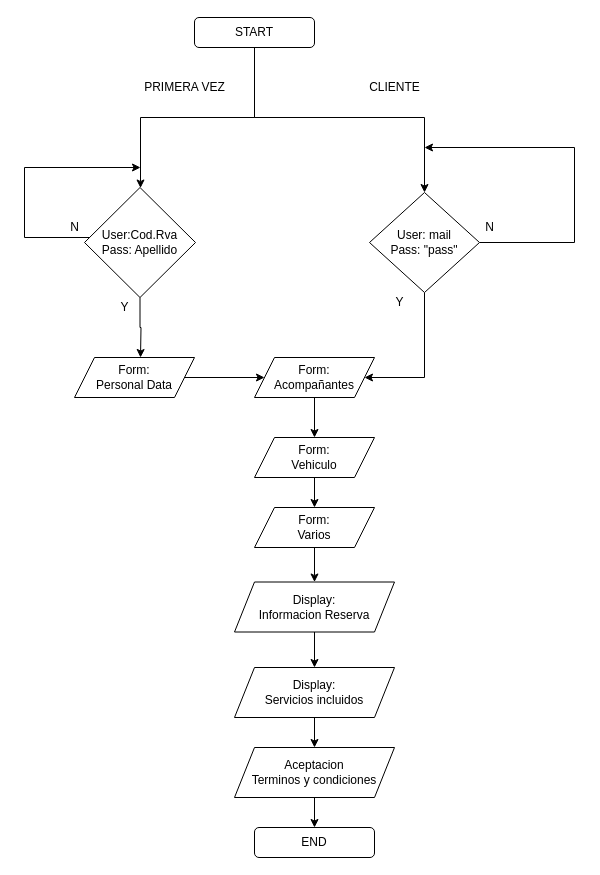
Earlier version of the draw.io diagram web-checkin/Algorithm - Front End.drawio (danielo101/db-diagrams). Source tidied: cells renumbered, new cells numbered last; positions are measured from the earlier drawing's top-left corner, leaving out a move shared by most shapes. Both pictures are drawn from the tidied source at 100%, with x=0, y=0 at pixel (24, 17).
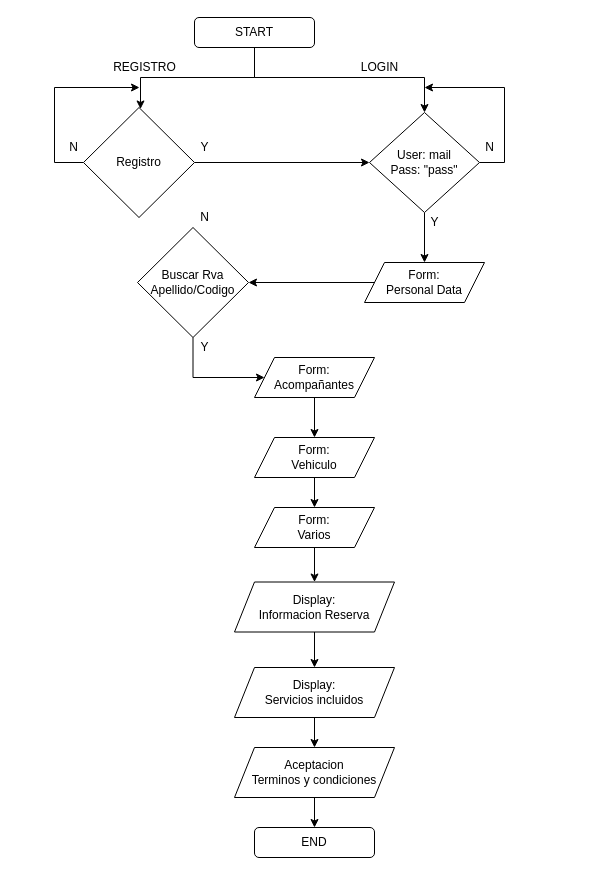
The same page after the edit.

The change refers to these unchanged cells:
```xml
<mxCell id="7" value="START" style="rounded=1;whiteSpace=wrap;html=1;" parent="1" vertex="1">
  <mxGeometry x="170" width="120" height="30" as="geometry" />
</mxCell>
<mxCell id="20" value="&lt;div&gt;Form:&lt;/div&gt;&lt;div&gt;Acompañantes&lt;br&gt;&lt;/div&gt;" style="shape=parallelogram;perimeter=parallelogramPerimeter;whiteSpace=wrap;html=1;fixedSize=1;" parent="1" vertex="1">
  <mxGeometry x="230" y="340" width="120" height="40" as="geometry" />
</mxCell>
```

Change to the diagram source:
```diff
@@
-    <mxCell id="2" style="edgeStyle=orthogonalEdgeStyle;rounded=0;jettySize=auto;html=1;" parent="1" edge="1" source="4">
-      <mxGeometry relative="1" as="geometry">
-        <mxPoint x="116" y="150" as="targetPoint" />
-        <Array as="points">
-          <mxPoint y="220" />
-          <mxPoint y="150" />
-        </Array>
-      </mxGeometry>
-    </mxCell>
-    <mxCell id="3" style="edgeStyle=orthogonalEdgeStyle;rounded=0;jettySize=auto;html=1;exitX=0.5;exitY=1;exitDx=0;exitDy=0;" parent="1" edge="1" source="4">
-      <mxGeometry relative="1" as="geometry">
-        <mxPoint x="116" y="340" as="targetPoint" />
-      </mxGeometry>
-    </mxCell>
+    <mxCell id="32" style="edgeStyle=orthogonalEdgeStyle;rounded=0;jettySize=auto;html=1;entryX=0;entryY=0.5;entryDx=0;entryDy=0;exitX=0.5;exitY=1;exitDx=0;exitDy=0;" parent="1" edge="1" source="4" target="20">
+      <mxGeometry relative="1" as="geometry">
+        <Array as="points">
+          <mxPoint x="169" y="360" />
+        </Array>
+      </mxGeometry>
+    </mxCell>
-    <mxCell id="4" value="&lt;div&gt;User:Cod.Rva&lt;/div&gt;&lt;div&gt;Pass: Apellido&lt;br&gt;&lt;/div&gt;" style="rhombus;whiteSpace=wrap;html=1;" parent="1" vertex="1">
-      <mxGeometry x="60" y="170" width="111" height="110" as="geometry" />
+    <mxCell id="4" value="&lt;div&gt;Buscar Rva&lt;/div&gt;&lt;div&gt;Apellido/Codigo&lt;br&gt;&lt;/div&gt;" style="rhombus;whiteSpace=wrap;html=1;" parent="1" vertex="1">
+      <mxGeometry x="113" y="210" width="111" height="110" as="geometry" />
     </mxCell>
-    <mxCell id="5" style="edgeStyle=orthogonalEdgeStyle;rounded=0;jettySize=auto;html=1;" parent="1" edge="1" source="7" target="4">
+    <mxCell id="5" style="edgeStyle=orthogonalEdgeStyle;rounded=0;jettySize=auto;html=1;" parent="1" edge="1" source="7" target="38">
       <mxGeometry relative="1" as="geometry">
         <Array as="points">
-          <mxPoint x="230" y="100" />
-          <mxPoint x="116" y="100" />
+          <mxPoint x="230" y="60" />
+          <mxPoint x="116" y="60" />
         </Array>
       </mxGeometry>
     </mxCell>
     <mxCell id="6" style="edgeStyle=orthogonalEdgeStyle;rounded=0;jettySize=auto;html=1;exitX=0.5;exitY=1;exitDx=0;exitDy=0;entryX=0.5;entryY=0;entryDx=0;entryDy=0;" parent="1" edge="1" source="7" target="10">
       <mxGeometry relative="1" as="geometry">
         <Array as="points">
-          <mxPoint x="230" y="100" />
-          <mxPoint x="400" y="100" />
+          <mxPoint x="230" y="60" />
+          <mxPoint x="400" y="60" />
         </Array>
       </mxGeometry>
     </mxCell>
@@
-    <mxCell id="8" style="edgeStyle=orthogonalEdgeStyle;rounded=0;jettySize=auto;html=1;" parent="1" edge="1" source="10">
-      <mxGeometry relative="1" as="geometry">
-        <mxPoint x="400" y="130" as="targetPoint" />
-        <Array as="points">
-          <mxPoint x="550" y="225" />
-        </Array>
-      </mxGeometry>
-    </mxCell>
-    <mxCell id="9" style="edgeStyle=orthogonalEdgeStyle;rounded=0;jettySize=auto;html=1;exitX=0.5;exitY=1;exitDx=0;exitDy=0;" parent="1" edge="1" source="10" target="20">
-      <mxGeometry relative="1" as="geometry">
-        <Array as="points">
-          <mxPoint x="400" y="360" />
-        </Array>
-      </mxGeometry>
-    </mxCell>
+    <mxCell id="33" style="edgeStyle=orthogonalEdgeStyle;rounded=0;jettySize=auto;html=1;" parent="1" edge="1" source="10">
+      <mxGeometry relative="1" as="geometry">
+        <mxPoint x="400" y="70" as="targetPoint" />
+        <Array as="points">
+          <mxPoint x="480" y="145" />
+          <mxPoint x="480" y="70" />
+        </Array>
+      </mxGeometry>
+    </mxCell>
+    <mxCell id="34" style="edgeStyle=orthogonalEdgeStyle;rounded=0;jettySize=auto;html=1;" parent="1" edge="1" source="10" target="16">
+      <mxGeometry relative="1" as="geometry" />
+    </mxCell>
     <mxCell id="10" value="&lt;div&gt;User: mail&lt;br&gt;&lt;/div&gt;&lt;div&gt;Pass: &quot;pass&quot;&lt;br&gt;&lt;/div&gt;" style="rhombus;whiteSpace=wrap;html=1;" parent="1" vertex="1">
-      <mxGeometry x="345" y="175" width="110" height="100" as="geometry" />
+      <mxGeometry x="345" y="95" width="110" height="100" as="geometry" />
     </mxCell>
-    <mxCell id="11" value="PRIMERA VEZ" style="text;html=1;align=center;verticalAlign=middle;strokeColor=none;fillColor=none;" parent="1" vertex="1">
-      <mxGeometry x="115" y="60" width="90" height="20" as="geometry" />
+    <mxCell id="11" value="REGISTRO" style="text;html=1;align=center;verticalAlign=middle;strokeColor=none;fillColor=none;" parent="1" vertex="1">
+      <mxGeometry x="80" y="40" width="80" height="20" as="geometry" />
     </mxCell>
-    <mxCell id="12" value="CLIENTE" style="text;html=1;align=center;verticalAlign=middle;strokeColor=none;fillColor=none;" parent="1" vertex="1">
-      <mxGeometry x="340" y="60" width="60" height="20" as="geometry" />
+    <mxCell id="12" value="LOGIN" style="text;html=1;align=center;verticalAlign=middle;strokeColor=none;fillColor=none;" parent="1" vertex="1">
+      <mxGeometry x="330" y="40" width="50" height="20" as="geometry" />
     </mxCell>
     <mxCell id="13" value="N" style="text;html=1;align=center;verticalAlign=middle;strokeColor=none;fillColor=none;" parent="1" vertex="1">
-      <mxGeometry x="455" y="200" width="20" height="20" as="geometry" />
+      <mxGeometry x="455" y="120" width="20" height="20" as="geometry" />
     </mxCell>
     <mxCell id="14" value="N" style="text;html=1;align=center;verticalAlign=middle;strokeColor=none;fillColor=none;" parent="1" vertex="1">
-      <mxGeometry x="40" y="200" width="20" height="20" as="geometry" />
+      <mxGeometry x="39" y="120" width="20" height="20" as="geometry" />
     </mxCell>
-    <mxCell id="15" style="edgeStyle=orthogonalEdgeStyle;rounded=0;jettySize=auto;html=1;" parent="1" edge="1" source="16" target="20">
-      <mxGeometry relative="1" as="geometry" />
-    </mxCell>
+    <mxCell id="35" style="edgeStyle=orthogonalEdgeStyle;rounded=0;jettySize=auto;html=1;entryX=1;entryY=0.5;entryDx=0;entryDy=0;" parent="1" edge="1" source="16" target="4">
+      <mxGeometry relative="1" as="geometry" />
+    </mxCell>
     <mxCell id="16" value="&lt;div&gt;Form:&lt;/div&gt;&lt;div&gt;Personal Data&lt;br&gt;&lt;/div&gt;" style="shape=parallelogram;perimeter=parallelogramPerimeter;whiteSpace=wrap;html=1;fixedSize=1;" parent="1" vertex="1">
-      <mxGeometry x="50" y="340" width="120" height="40" as="geometry" />
+      <mxGeometry x="340" y="245" width="120" height="40" as="geometry" />
     </mxCell>
     <mxCell id="17" value="Y" style="text;html=1;align=center;verticalAlign=middle;strokeColor=none;fillColor=none;" parent="1" vertex="1">
-      <mxGeometry x="90" y="280" width="20" height="20" as="geometry" />
+      <mxGeometry x="170" y="120" width="20" height="20" as="geometry" />
     </mxCell>
     <mxCell id="18" value="Y" style="text;html=1;align=center;verticalAlign=middle;strokeColor=none;fillColor=none;" parent="1" vertex="1">
-      <mxGeometry x="365" y="275" width="20" height="20" as="geometry" />
+      <mxGeometry x="400" y="195" width="20" height="20" as="geometry" />
     </mxCell>
@@
+    <mxCell id="36" style="edgeStyle=orthogonalEdgeStyle;rounded=0;jettySize=auto;html=1;" parent="1" edge="1" source="38" target="10">
+      <mxGeometry relative="1" as="geometry" />
+    </mxCell>
+    <mxCell id="37" style="edgeStyle=orthogonalEdgeStyle;rounded=0;jettySize=auto;html=1;" parent="1" edge="1" source="38">
+      <mxGeometry relative="1" as="geometry">
+        <mxPoint x="115" y="70" as="targetPoint" />
+        <Array as="points">
+          <mxPoint x="30" y="145" />
+          <mxPoint x="30" y="70" />
+        </Array>
+      </mxGeometry>
+    </mxCell>
+    <mxCell id="38" value="Registro" style="rhombus;whiteSpace=wrap;html=1;" parent="1" vertex="1">
+      <mxGeometry x="59" y="90" width="111" height="110" as="geometry" />
+    </mxCell>
+    <mxCell id="39" value="Y" style="text;html=1;align=center;verticalAlign=middle;strokeColor=none;fillColor=none;" parent="1" vertex="1">
+      <mxGeometry x="170" y="320" width="20" height="20" as="geometry" />
+    </mxCell>
+    <mxCell id="40" value="N" style="text;html=1;align=center;verticalAlign=middle;strokeColor=none;fillColor=none;" parent="1" vertex="1">
+      <mxGeometry x="170" y="190" width="20" height="20" as="geometry" />
+    </mxCell>
```
